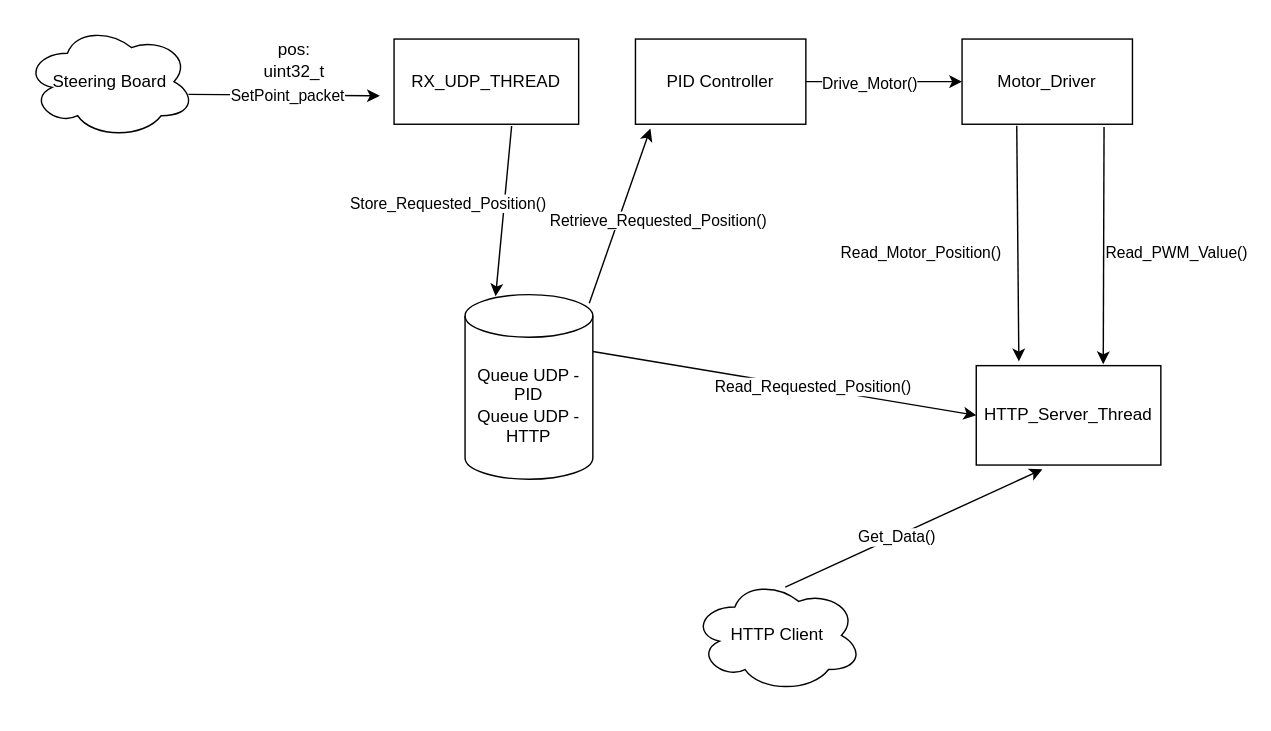
Earlier version of the draw.io diagram docs/diagrams/dfd_control_board.drawio (fabiesposit/Digital-Steer-by-Wire-Motor-Controller-). Source tidied: cells renumbered, new cells numbered last; positions are measured from the earlier drawing's top-left corner, leaving out a move shared by most shapes. Both pictures are drawn from the tidied source at 142%, with x=0, y=0 at pixel (24, 24).
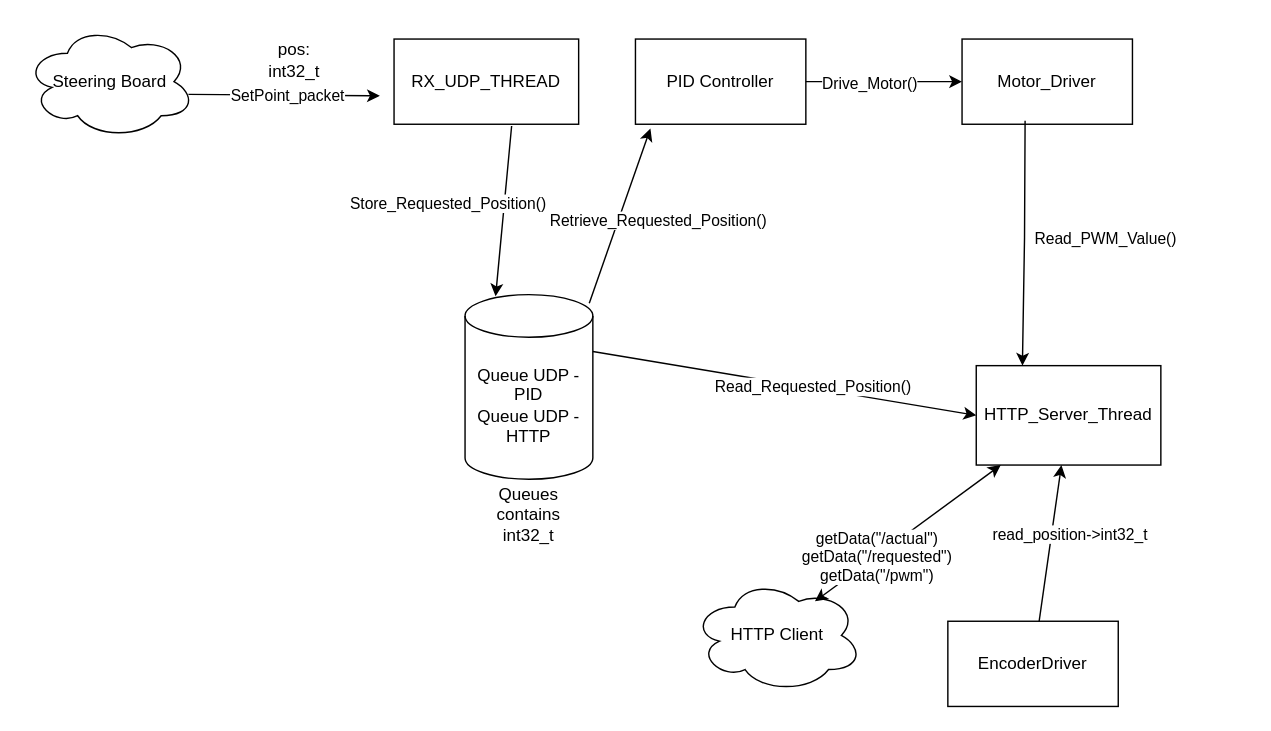
The same diagram, later.

Commit message (it also covers changes not shown here):
Implement encoder driver with unwrapped signed position; update UDP protocol

Unchanged cells that the change refers to:
```xml
<mxCell id="2" value="Motor_Driver" style="rounded=0;whiteSpace=wrap;html=1;" parent="1" vertex="1">
  <mxGeometry x="660" y="10" width="120" height="60" as="geometry" />
</mxCell>
<mxCell id="15" value="HTTP_Server_Thread" style="rounded=0;whiteSpace=wrap;html=1;" parent="1" vertex="1">
  <mxGeometry x="670" y="240" width="130" height="70" as="geometry" />
</mxCell>
<mxCell id="18" value="HTTP Client" style="ellipse;shape=cloud;whiteSpace=wrap;html=1;" parent="1" vertex="1">
  <mxGeometry x="470" y="390" width="120" height="80" as="geometry" />
</mxCell>
```

The edit, as a diff of the source:
```diff
@@
-    <mxCell id="16" style="endArrow=classic;html=1;rounded=0;exitX=0.321;exitY=1.017;exitDx=0;exitDy=0;exitPerimeter=0;" parent="1" edge="1" source="2">
-      <mxGeometry relative="1" as="geometry">
-        <mxPoint x="700" y="237" as="targetPoint" />
-      </mxGeometry>
-    </mxCell>
-    <mxCell id="17" value="Read_Motor_Position()" style="edgeLabel;html=1;align=center;verticalAlign=middle;" parent="16" vertex="1">
-      <mxGeometry x="-0.11" y="-2" relative="1" as="geometry">
-        <mxPoint x="-67" y="15" as="offset" />
-      </mxGeometry>
-    </mxCell>
@@
-    <mxCell id="19" style="endArrow=classic;html=1;rounded=0;exitX=0.546;exitY=0.075;exitDx=0;exitDy=0;exitPerimeter=0;entryX=0.358;entryY=1.043;entryDx=0;entryDy=0;entryPerimeter=0;" parent="1" edge="1" source="18" target="15">
-      <mxGeometry relative="1" as="geometry" />
-    </mxCell>
-    <mxCell id="20" value="Get_Data()" style="edgeLabel;html=1;align=center;verticalAlign=middle;" parent="19" vertex="1">
-      <mxGeometry x="-0.14" relative="1" as="geometry" />
-    </mxCell>
@@
     <mxCell id="23" value="Read_PWM_Value()" style="edgeLabel;html=1;align=center;verticalAlign=middle;" parent="1" vertex="1">
-      <mxGeometry x="810" y="160" as="geometry" />
+      <mxGeometry x="760" y="150" as="geometry" />
     </mxCell>
-    <mxCell id="24" style="endArrow=classic;html=1;rounded=0;entryX=0.688;entryY=-0.014;entryDx=0;entryDy=0;entryPerimeter=0;" parent="1" edge="1" target="15">
+    <mxCell id="24" style="endArrow=classic;html=1;rounded=0;entryX=0.25;entryY=0;entryDx=0;entryDy=0;exitX=0.37;exitY=0.96;exitDx=0;exitDy=0;exitPerimeter=0;" parent="1" edge="1" source="2" target="15">
       <mxGeometry relative="1" as="geometry">
-        <mxPoint x="760" y="72" as="sourcePoint" />
+        <Array as="points">
+          <mxPoint x="704" y="150" />
+        </Array>
       </mxGeometry>
     </mxCell>
-    <mxCell id="25" value="pos: uint32_t" style="text;html=1;whiteSpace=wrap;strokeColor=none;fillColor=none;align=center;verticalAlign=middle;rounded=0;" parent="1" vertex="1">
+    <mxCell id="25" value="pos: int32_t" style="text;html=1;whiteSpace=wrap;strokeColor=none;fillColor=none;align=center;verticalAlign=middle;rounded=0;" parent="1" vertex="1">
       <mxGeometry x="160" y="10" width="60" height="30" as="geometry" />
     </mxCell>
+    <mxCell id="26" value="EncoderDriver" style="rounded=0;whiteSpace=wrap;html=1;" parent="1" vertex="1">
+      <mxGeometry x="650" y="420" width="120" height="60" as="geometry" />
+    </mxCell>
+    <mxCell id="27" style="endArrow=classic;html=1;rounded=0;" parent="1" edge="1" source="26" target="15">
+      <mxGeometry relative="1" as="geometry" />
+    </mxCell>
+    <mxCell id="28" value="read_position-&amp;gt;int32_t" style="edgeLabel;html=1;align=center;verticalAlign=middle;" parent="27" vertex="1">
+      <mxGeometry x="0.11" y="1" relative="1" as="geometry">
+        <mxPoint x="13" as="offset" />
+      </mxGeometry>
+    </mxCell>
+    <mxCell id="29" value="Queues contains int32_t" style="text;html=1;whiteSpace=wrap;strokeColor=none;fillColor=none;align=center;verticalAlign=middle;rounded=0;" parent="1" vertex="1">
+      <mxGeometry x="325" y="330" width="60" height="30" as="geometry" />
+    </mxCell>
+    <mxCell id="19" style="endArrow=classic;startArrow=classic;html=1;rounded=0;exitX=0.72;exitY=0.2;exitDx=0;exitDy=0;exitPerimeter=0;" parent="1" edge="1" source="18" target="15">
+      <mxGeometry relative="1" as="geometry" />
+    </mxCell>
+    <mxCell id="30" value="getData(&quot;/actual&quot;)&lt;div&gt;getData(&quot;/requested&quot;)&lt;/div&gt;&lt;div&gt;getData(&quot;/pwm&quot;)&lt;/div&gt;" style="edgeLabel;html=1;align=center;verticalAlign=middle;" parent="19" vertex="1">
+      <mxGeometry x="-0.34" relative="1" as="geometry" />
+    </mxCell>
```
